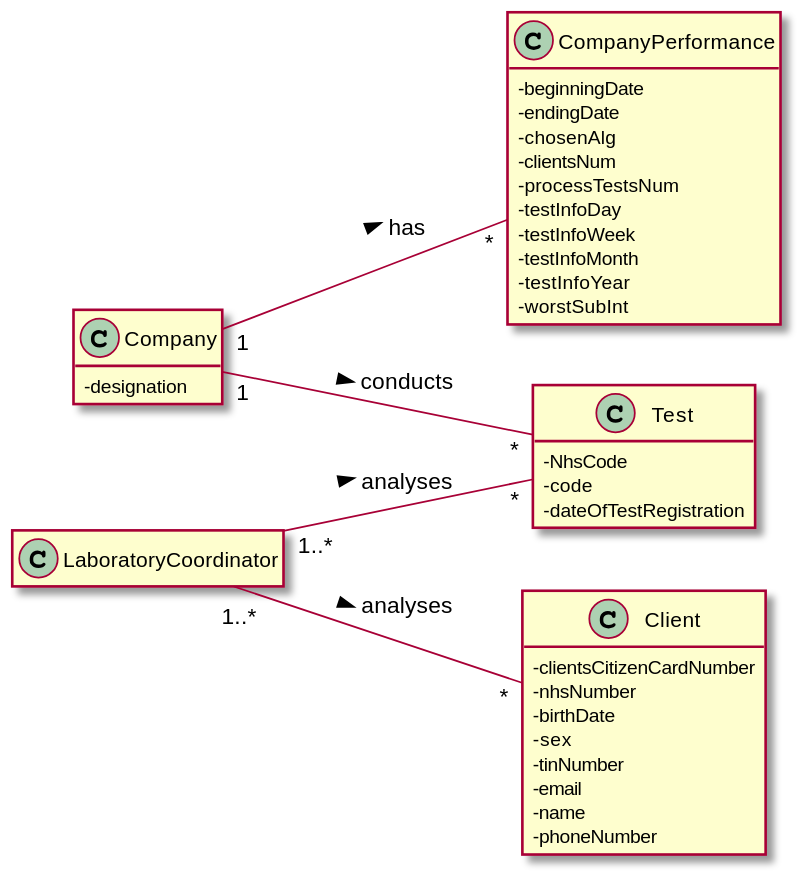
ana-albergaria/LAPR2-ISEP keeps this PlantUML diagram as docs/SprintD/US_16/US016_DM.svg. Above is the earlier version.
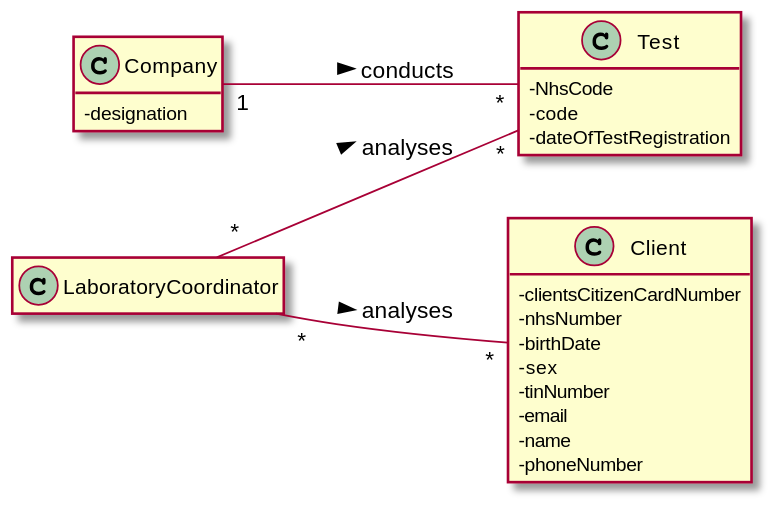
Later version of the same file.

The edit, as a diff of the source:
```diff
@@ -29,22 +29,8 @@
 class LaboratoryCoordinator{
 }
 
-class CompanyPerformance{
-- beginningDate
-- endingDate
-- chosenAlg
-- clientsNum
-- processTestsNum
-- testInfoDay
-- testInfoWeek
-- testInfoMonth
-- testInfoYear
-- worstSubInt
-}
-
 Company "1" -- "*" Test : conducts >
-LaboratoryCoordinator "1..*" -- "*" Test : analyses >
-LaboratoryCoordinator "1..*" -- "*" Client : analyses >
-Company "1" -- "*" CompanyPerformance : has >
+LaboratoryCoordinator "*" -- "*" Test : analyses >
+LaboratoryCoordinator "*" -- "*" Client : analyses >
 
 @enduml
```
